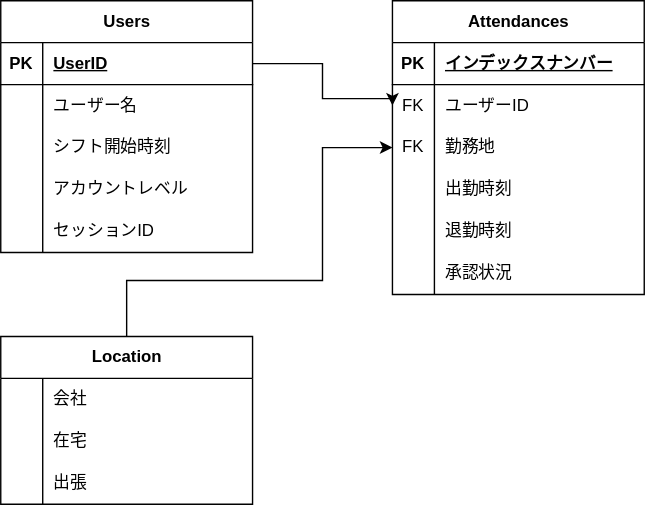
This is ER図.svg from hokuto-fukura/software_engineering, a draw.io export, as it was before one commit. Source tidied: cells renumbered, new cells last; positions are measured from the earlier drawing's top-left corner, leaving out a move shared by most shapes.
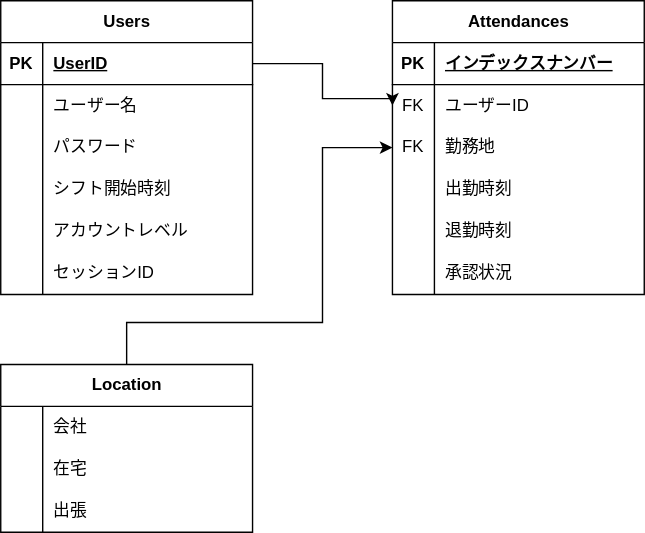
The same file after the commit.

Commit message:
ER図.svg を更新します

What changed in the source:
```diff
@@ -3,7 +3,7 @@
     <mxCell id="0" />
     <mxCell id="1" parent="0" />
     <mxCell id="2" value="Users" style="shape=table;startSize=30;rowLines=0;fontStyle=1;align=center;html=1;" parent="1" vertex="1">
-      <mxGeometry width="180" height="180" as="geometry" />
+      <mxGeometry width="180" height="210" as="geometry" />
     </mxCell>
     <mxCell id="3" style="shape=tableRow;horizontal=0;startSize=0;swimlaneHead=0;swimlaneBody=0;fillColor=none;points=[[0,0.5],[1,0.5]];portConstraint=eastwest;top=0;left=0;right=0;bottom=1;" parent="2" vertex="1">
       <mxGeometry y="30" width="180" height="30" as="geometry" />
@@ -23,8 +23,17 @@
     <mxCell id="8" value="ユーザー名" style="shape=partialRectangle;fillColor=none;top=0;left=0;bottom=0;right=0;align=left;spacingLeft=6;overflow=hidden;whiteSpace=wrap;html=1;" parent="6" vertex="1">
       <mxGeometry x="30" width="150" height="30" as="geometry" />
     </mxCell>
+    <mxCell id="49" style="shape=tableRow;horizontal=0;startSize=0;swimlaneHead=0;swimlaneBody=0;fillColor=none;top=0;left=0;right=0;bottom=0;" parent="2" vertex="1">
+      <mxGeometry y="90" width="180" height="30" as="geometry" />
+    </mxCell>
+    <mxCell id="50" style="shape=partialRectangle;fillColor=none;top=0;left=0;bottom=0;right=0;overflow=hidden;whiteSpace=wrap;html=1;" parent="49" vertex="1">
+      <mxGeometry width="30" height="30" as="geometry" />
+    </mxCell>
+    <mxCell id="51" value="パスワード" style="shape=partialRectangle;fillColor=none;top=0;left=0;bottom=0;right=0;align=left;spacingLeft=6;overflow=hidden;whiteSpace=wrap;html=1;" parent="49" vertex="1">
+      <mxGeometry x="30" width="150" height="30" as="geometry" />
+    </mxCell>
     <mxCell id="9" style="shape=tableRow;horizontal=0;startSize=0;swimlaneHead=0;swimlaneBody=0;fillColor=none;top=0;left=0;right=0;bottom=0;" parent="2" vertex="1">
-      <mxGeometry y="90" width="180" height="30" as="geometry" />
+      <mxGeometry y="120" width="180" height="30" as="geometry" />
     </mxCell>
     <mxCell id="10" style="shape=partialRectangle;fillColor=none;top=0;left=0;bottom=0;right=0;overflow=hidden;whiteSpace=wrap;html=1;" parent="9" vertex="1">
       <mxGeometry width="30" height="30" as="geometry" />
@@ -33,7 +42,7 @@
       <mxGeometry x="30" width="150" height="30" as="geometry" />
     </mxCell>
     <mxCell id="12" style="shape=tableRow;horizontal=0;startSize=0;swimlaneHead=0;swimlaneBody=0;fillColor=none;top=0;left=0;right=0;bottom=0;" parent="2" vertex="1">
-      <mxGeometry y="120" width="180" height="30" as="geometry" />
+      <mxGeometry y="150" width="180" height="30" as="geometry" />
     </mxCell>
     <mxCell id="13" style="shape=partialRectangle;fillColor=none;top=0;left=0;bottom=0;right=0;overflow=hidden;whiteSpace=wrap;html=1;" parent="12" vertex="1">
       <mxGeometry width="30" height="30" as="geometry" />
@@ -42,7 +51,7 @@
       <mxGeometry x="30" width="150" height="30" as="geometry" />
     </mxCell>
     <mxCell id="15" style="shape=tableRow;horizontal=0;startSize=0;swimlaneHead=0;swimlaneBody=0;fillColor=none;top=0;left=0;right=0;bottom=0;" parent="2" vertex="1">
-      <mxGeometry y="150" width="180" height="30" as="geometry" />
+      <mxGeometry y="180" width="180" height="30" as="geometry" />
     </mxCell>
     <mxCell id="16" style="shape=partialRectangle;fillColor=none;top=0;left=0;bottom=0;right=0;overflow=hidden;whiteSpace=wrap;html=1;" parent="15" vertex="1">
       <mxGeometry width="30" height="30" as="geometry" />
@@ -119,14 +128,14 @@
     <mxCell id="38" style="edgeStyle=orthogonalEdgeStyle;rounded=0;jettySize=auto;html=1;entryX=0;entryY=0.5;entryDx=0;entryDy=0;" parent="1" edge="1" source="39" target="25">
       <mxGeometry relative="1" as="geometry">
         <Array as="points">
-          <mxPoint x="90" y="200" />
-          <mxPoint x="230" y="200" />
+          <mxPoint x="90" y="230" />
+          <mxPoint x="230" y="230" />
           <mxPoint x="230" y="105" />
         </Array>
       </mxGeometry>
     </mxCell>
     <mxCell id="39" value="Location" style="shape=table;startSize=30;rowLines=0;fontStyle=1;align=center;html=1;" parent="1" vertex="1">
-      <mxGeometry y="240" width="180" height="120" as="geometry" />
+      <mxGeometry y="260" width="180" height="120" as="geometry" />
     </mxCell>
     <mxCell id="40" style="shape=tableRow;horizontal=0;startSize=0;swimlaneHead=0;swimlaneBody=0;fillColor=none;top=0;left=0;right=0;bottom=0;" parent="39" vertex="1">
       <mxGeometry y="30" width="180" height="30" as="geometry" />
```
